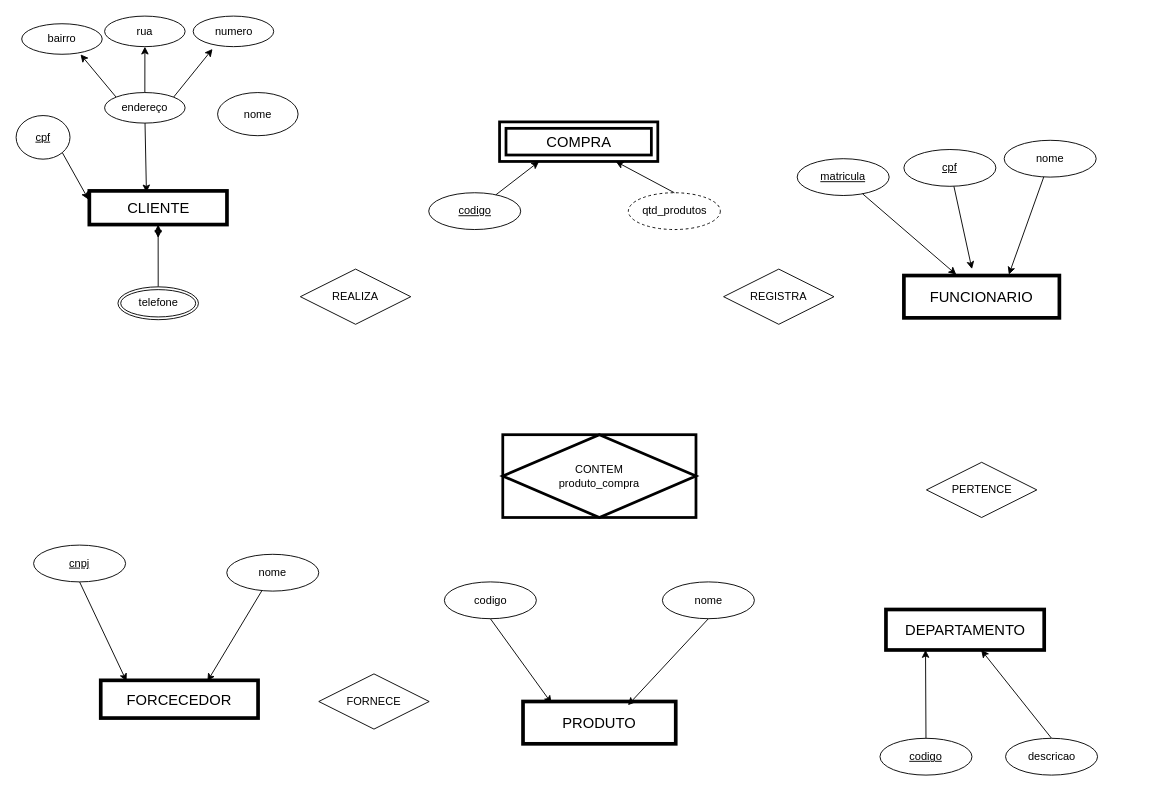
Above: primeiro.drawio in RaquelFranco1/SUA-IDADE (draw.io), before the change. Source tidied: cells renumbered, new cells numbered last; positions are measured from the earlier drawing's top-left corner, leaving out a move shared by most shapes. Both pictures are drawn from the tidied source at 92%, with x=0, y=0 at pixel (16, 16).
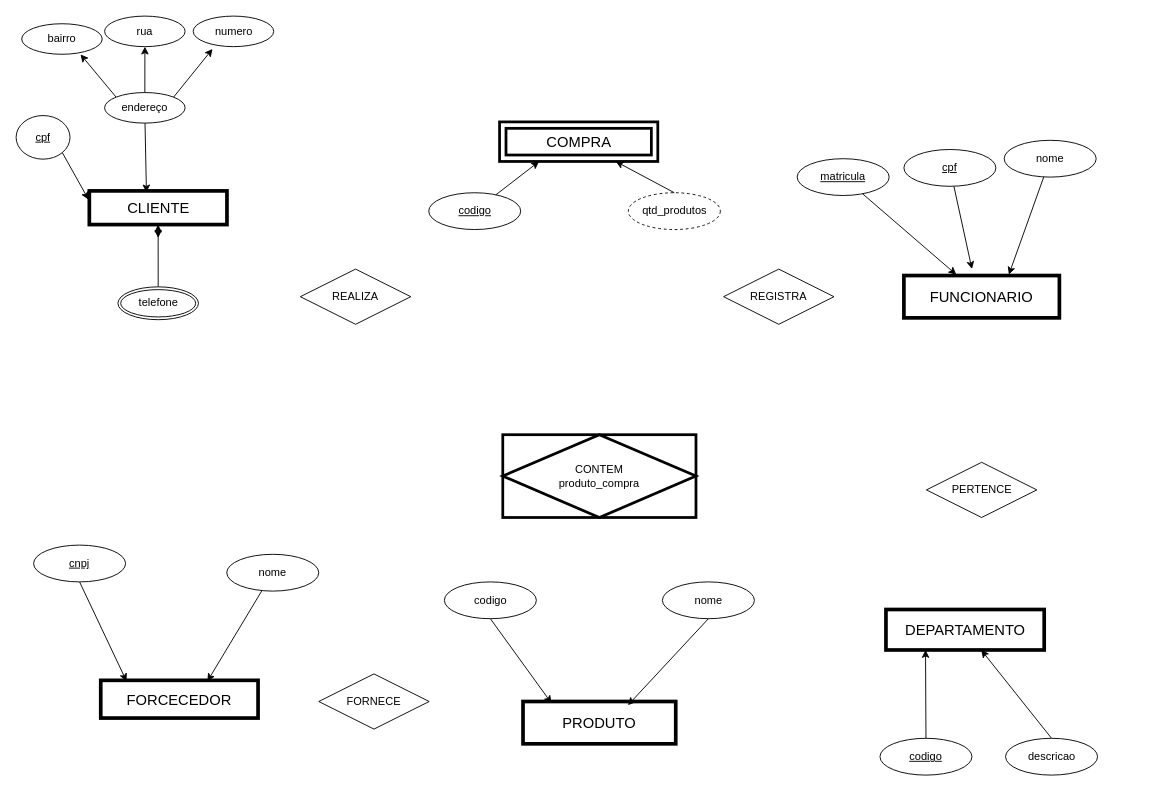
The same diagram, later.

Unchanged cells that the change refers to:
```xml
<mxCell id="3" style="group;" parent="1" vertex="1">
  <mxGeometry width="306.5" height="330" as="geometry" />
</mxCell>
```

Diff of the diagram source:
```diff
@@
-    <mxCell id="8" value="nome" style="ellipse;whiteSpace=wrap;html=1;align=center;" parent="3" vertex="1">
-      <mxGeometry x="219" y="83.1" width="87.5" height="46.9" as="geometry" />
-    </mxCell>
```
